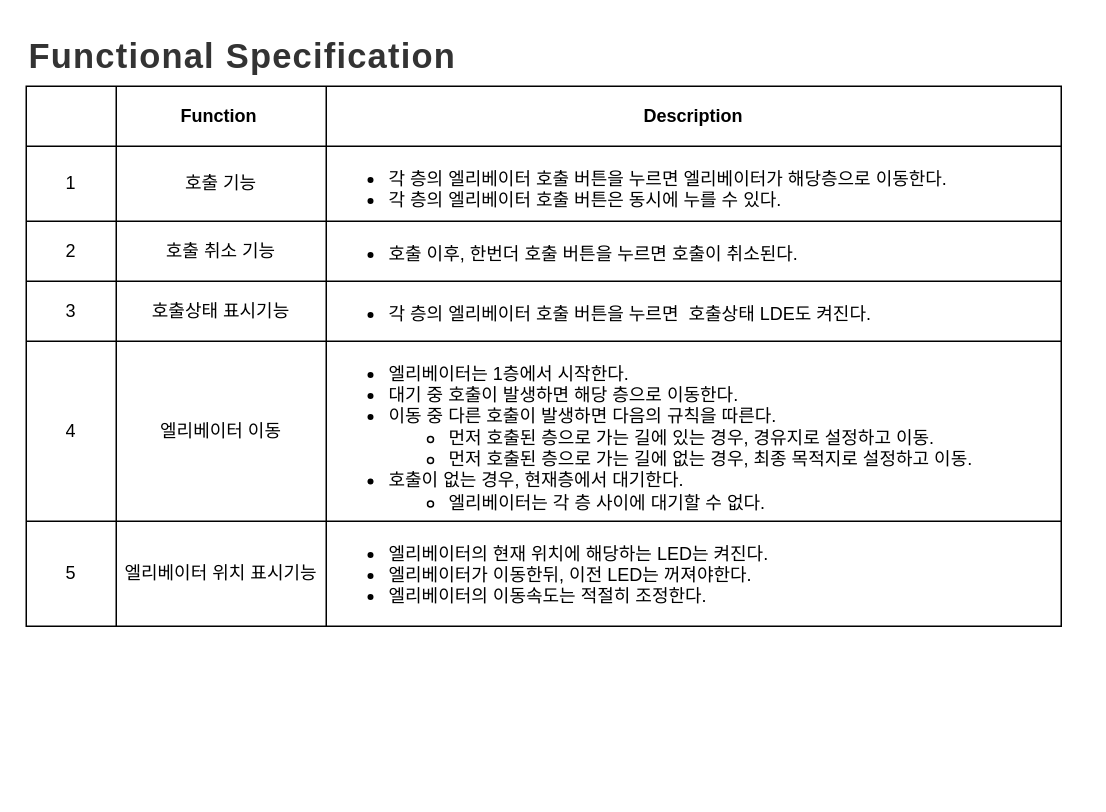
Before: elevatorOneDay.drawio in JangHyeongJun-0523/IoT_Project, a draw.io diagram. Source tidied: cells renumbered, new cells numbered last; positions are measured from the earlier drawing's top-left corner, leaving out a move shared by most shapes. Both pictures are drawn from the tidied source at 150%, with x=0, y=0 at pixel (26, 26).
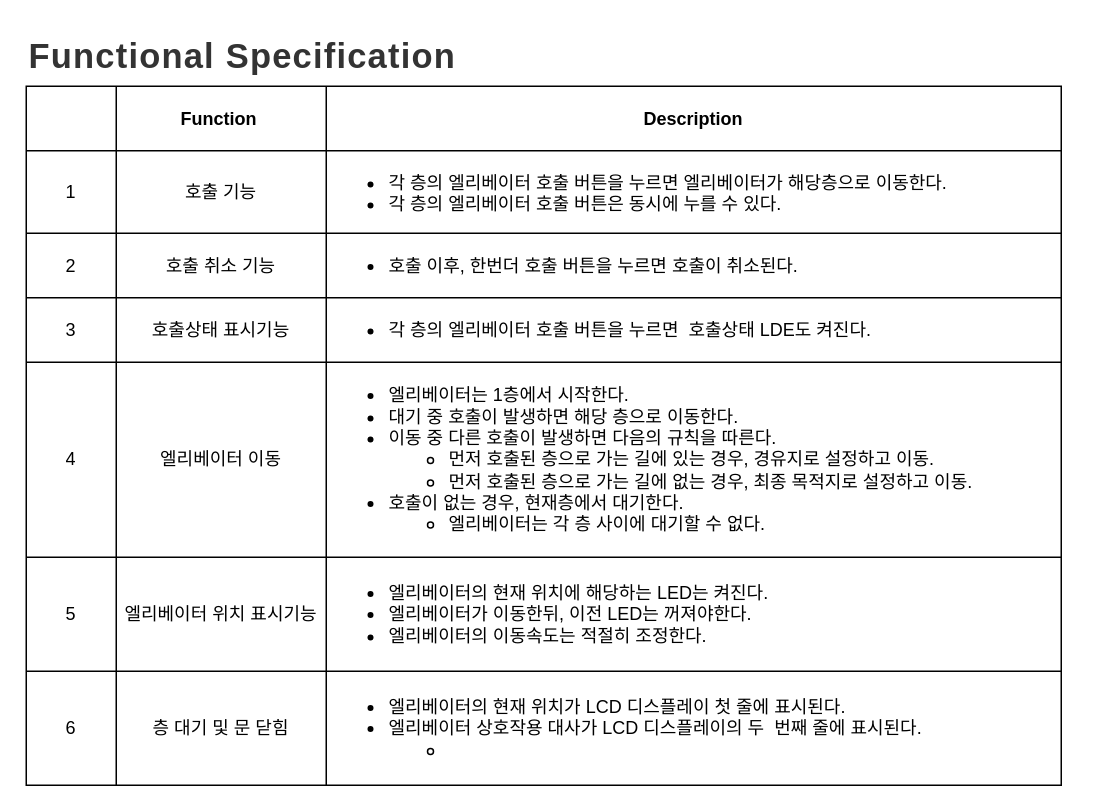
The same page after the edit.

What changed in the source:
```diff
@@
     <mxCell id="2" style="shape=table;startSize=0;childLayout=tableLayout;" parent="1" vertex="1">
-      <mxGeometry y="40" width="690" height="360" as="geometry" />
+      <mxGeometry y="40" width="690" height="466" as="geometry" />
     </mxCell>
     <mxCell id="3" style="shape=tableRow;horizontal=0;startSize=0;swimlaneHead=0;swimlaneBody=0;strokeColor=inherit;top=0;left=0;bottom=0;right=0;fillColor=none;" parent="2" vertex="1">
-      <mxGeometry width="690" height="40" as="geometry" />
+      <mxGeometry width="690" height="43" as="geometry" />
     </mxCell>
     <mxCell id="4" style="shape=partialRectangle;html=1;whiteSpace=wrap;strokeColor=inherit;overflow=hidden;fillColor=none;top=0;left=0;bottom=0;right=0;" parent="3" vertex="1">
-      <mxGeometry width="60" height="40" as="geometry" />
+      <mxGeometry width="60" height="43" as="geometry" />
     </mxCell>
     <mxCell id="5" value="&lt;b&gt;Function&lt;span style=&quot;white-space: pre;&quot;&gt;&#9;&lt;/span&gt;&lt;/b&gt;" style="shape=partialRectangle;html=1;whiteSpace=wrap;strokeColor=inherit;overflow=hidden;fillColor=none;top=0;left=0;bottom=0;right=0;" parent="3" vertex="1">
-      <mxGeometry x="60" width="140" height="40" as="geometry" />
+      <mxGeometry x="60" width="140" height="43" as="geometry" />
     </mxCell>
     <mxCell id="6" value="Description" style="shape=partialRectangle;html=1;whiteSpace=wrap;strokeColor=inherit;overflow=hidden;fillColor=none;top=0;left=0;bottom=0;right=0;fontStyle=1;" parent="3" vertex="1">
-      <mxGeometry x="200" width="490" height="40" as="geometry" />
+      <mxGeometry x="200" width="490" height="43" as="geometry" />
     </mxCell>
     <mxCell id="7" style="shape=tableRow;horizontal=0;startSize=0;swimlaneHead=0;swimlaneBody=0;strokeColor=inherit;top=0;left=0;bottom=0;right=0;fillColor=none;" parent="2" vertex="1">
-      <mxGeometry y="40" width="690" height="50" as="geometry" />
+      <mxGeometry y="43" width="690" height="55" as="geometry" />
     </mxCell>
     <mxCell id="8" value="1" style="shape=partialRectangle;html=1;whiteSpace=wrap;strokeColor=inherit;overflow=hidden;fillColor=none;top=0;left=0;bottom=0;right=0;" parent="7" vertex="1">
-      <mxGeometry width="60" height="50" as="geometry" />
+      <mxGeometry width="60" height="55" as="geometry" />
     </mxCell>
     <mxCell id="9" value="호출 기능" style="shape=partialRectangle;html=1;whiteSpace=wrap;strokeColor=inherit;overflow=hidden;fillColor=none;top=0;left=0;bottom=0;right=0;" parent="7" vertex="1">
-      <mxGeometry x="60" width="140" height="50" as="geometry" />
+      <mxGeometry x="60" width="140" height="55" as="geometry" />
     </mxCell>
     <mxCell id="10" value="&lt;ul&gt;&lt;li&gt;각 층의 엘리베이터 호출 버튼을 누르면 엘리베이터가 해당층으로 이동한다.&lt;/li&gt;&lt;li&gt;각 층의 엘리베이터 호출 버튼은 동시에 누를 수 있다.&lt;/li&gt;&lt;/ul&gt;" style="shape=partialRectangle;html=1;whiteSpace=wrap;strokeColor=inherit;overflow=hidden;fillColor=none;top=0;left=0;bottom=0;right=0;align=left;" parent="7" vertex="1">
-      <mxGeometry x="200" width="490" height="50" as="geometry" />
+      <mxGeometry x="200" width="490" height="55" as="geometry" />
     </mxCell>
     <mxCell id="11" style="shape=tableRow;horizontal=0;startSize=0;swimlaneHead=0;swimlaneBody=0;strokeColor=inherit;top=0;left=0;bottom=0;right=0;fillColor=none;" parent="2" vertex="1">
-      <mxGeometry y="90" width="690" height="40" as="geometry" />
+      <mxGeometry y="98" width="690" height="43" as="geometry" />
     </mxCell>
     <mxCell id="12" value="2" style="shape=partialRectangle;html=1;whiteSpace=wrap;strokeColor=inherit;overflow=hidden;fillColor=none;top=0;left=0;bottom=0;right=0;" parent="11" vertex="1">
-      <mxGeometry width="60" height="40" as="geometry" />
+      <mxGeometry width="60" height="43" as="geometry" />
     </mxCell>
     <mxCell id="13" value="호출 취소 기능" style="shape=partialRectangle;html=1;whiteSpace=wrap;strokeColor=inherit;overflow=hidden;fillColor=none;top=0;left=0;bottom=0;right=0;" parent="11" vertex="1">
-      <mxGeometry x="60" width="140" height="40" as="geometry" />
+      <mxGeometry x="60" width="140" height="43" as="geometry" />
     </mxCell>
     <mxCell id="14" value="&lt;ul&gt;&lt;li&gt;호출 이후, 한번더 호출 버튼을 누르면 호출이 취소된다.&lt;/li&gt;&lt;/ul&gt;" style="shape=partialRectangle;html=1;whiteSpace=wrap;strokeColor=inherit;overflow=hidden;fillColor=none;top=0;left=0;bottom=0;right=0;align=left;" parent="11" vertex="1">
-      <mxGeometry x="200" width="490" height="40" as="geometry" />
+      <mxGeometry x="200" width="490" height="43" as="geometry" />
     </mxCell>
     <mxCell id="15" style="shape=tableRow;horizontal=0;startSize=0;swimlaneHead=0;swimlaneBody=0;strokeColor=inherit;top=0;left=0;bottom=0;right=0;fillColor=none;" parent="2" vertex="1">
-      <mxGeometry y="130" width="690" height="40" as="geometry" />
+      <mxGeometry y="141" width="690" height="43" as="geometry" />
     </mxCell>
     <mxCell id="16" value="3" style="shape=partialRectangle;html=1;whiteSpace=wrap;strokeColor=inherit;overflow=hidden;fillColor=none;top=0;left=0;bottom=0;right=0;" parent="15" vertex="1">
-      <mxGeometry width="60" height="40" as="geometry" />
+      <mxGeometry width="60" height="43" as="geometry" />
     </mxCell>
     <mxCell id="17" value="호출상태 표시기능" style="shape=partialRectangle;html=1;whiteSpace=wrap;strokeColor=inherit;overflow=hidden;fillColor=none;top=0;left=0;bottom=0;right=0;" parent="15" vertex="1">
-      <mxGeometry x="60" width="140" height="40" as="geometry" />
+      <mxGeometry x="60" width="140" height="43" as="geometry" />
     </mxCell>
     <mxCell id="18" value="&lt;ul&gt;&lt;li&gt;각 층의 엘리베이터 호출 버튼을 누르면&amp;nbsp; 호출상태 LDE도 켜진다.&lt;/li&gt;&lt;/ul&gt;" style="shape=partialRectangle;html=1;whiteSpace=wrap;strokeColor=inherit;overflow=hidden;fillColor=none;top=0;left=0;bottom=0;right=0;align=left;" parent="15" vertex="1">
-      <mxGeometry x="200" width="490" height="40" as="geometry" />
+      <mxGeometry x="200" width="490" height="43" as="geometry" />
     </mxCell>
     <mxCell id="19" style="shape=tableRow;horizontal=0;startSize=0;swimlaneHead=0;swimlaneBody=0;strokeColor=inherit;top=0;left=0;bottom=0;right=0;fillColor=none;" parent="2" vertex="1">
-      <mxGeometry y="170" width="690" height="120" as="geometry" />
+      <mxGeometry y="184" width="690" height="130" as="geometry" />
     </mxCell>
     <mxCell id="20" value="4" style="shape=partialRectangle;html=1;whiteSpace=wrap;strokeColor=inherit;overflow=hidden;fillColor=none;top=0;left=0;bottom=0;right=0;" parent="19" vertex="1">
-      <mxGeometry width="60" height="120" as="geometry" />
+      <mxGeometry width="60" height="130" as="geometry" />
     </mxCell>
     <mxCell id="21" value="엘리베이터 이동" style="shape=partialRectangle;html=1;whiteSpace=wrap;strokeColor=inherit;overflow=hidden;fillColor=none;top=0;left=0;bottom=0;right=0;" parent="19" vertex="1">
-      <mxGeometry x="60" width="140" height="120" as="geometry" />
+      <mxGeometry x="60" width="140" height="130" as="geometry" />
     </mxCell>
     <mxCell id="22" value="&lt;ul&gt;&lt;li&gt;엘리베이터는 1층에서 시작한다.&lt;/li&gt;&lt;li&gt;대기 중 호출이 발생하면 해당 층으로 이동한다.&lt;/li&gt;&lt;li&gt;이동 중 다른 호출이 발생하면 다음의 규칙을 따른다.&lt;/li&gt;&lt;ul&gt;&lt;li&gt;먼저 호출된 층으로 가는 길에 있는 경우, 경유지로 설정하고 이동.&lt;/li&gt;&lt;li&gt;먼저 호출된 층으로 가는 길에 없는 경우, 최종 목적지로 설정하고 이동.&lt;/li&gt;&lt;/ul&gt;&lt;li&gt;호출이 없는 경우, 현재층에서 대기한다.&lt;/li&gt;&lt;ul&gt;&lt;li&gt;엘리베이터는 각 층 사이에 대기할 수 없다.&lt;/li&gt;&lt;/ul&gt;&lt;/ul&gt;" style="shape=partialRectangle;html=1;whiteSpace=wrap;strokeColor=inherit;overflow=hidden;fillColor=none;top=0;left=0;bottom=0;right=0;align=left;" parent="19" vertex="1">
-      <mxGeometry x="200" width="490" height="120" as="geometry" />
+      <mxGeometry x="200" width="490" height="130" as="geometry" />
     </mxCell>
     <mxCell id="23" style="shape=tableRow;horizontal=0;startSize=0;swimlaneHead=0;swimlaneBody=0;strokeColor=inherit;top=0;left=0;bottom=0;right=0;fillColor=none;" parent="2" vertex="1">
-      <mxGeometry y="290" width="690" height="70" as="geometry" />
+      <mxGeometry y="314" width="690" height="76" as="geometry" />
     </mxCell>
     <mxCell id="24" value="5" style="shape=partialRectangle;html=1;whiteSpace=wrap;strokeColor=inherit;overflow=hidden;fillColor=none;top=0;left=0;bottom=0;right=0;" parent="23" vertex="1">
-      <mxGeometry width="60" height="70" as="geometry" />
+      <mxGeometry width="60" height="76" as="geometry" />
     </mxCell>
     <mxCell id="25" value="엘리베이터 위치 표시기능" style="shape=partialRectangle;html=1;whiteSpace=wrap;strokeColor=inherit;overflow=hidden;fillColor=none;top=0;left=0;bottom=0;right=0;" parent="23" vertex="1">
-      <mxGeometry x="60" width="140" height="70" as="geometry" />
+      <mxGeometry x="60" width="140" height="76" as="geometry" />
     </mxCell>
     <mxCell id="26" value="&lt;ul&gt;&lt;li&gt;엘리베이터의 현재 위치에 해당하는 LED는 켜진다.&lt;/li&gt;&lt;li&gt;엘리베이터가 이동한뒤, 이전 LED는 꺼져야한다.&lt;/li&gt;&lt;li&gt;엘리베이터의 이동속도는 적절히 조정한다.&lt;br&gt;&lt;/li&gt;&lt;/ul&gt;" style="shape=partialRectangle;html=1;whiteSpace=wrap;strokeColor=inherit;overflow=hidden;fillColor=none;top=0;left=0;bottom=0;right=0;align=left;" parent="23" vertex="1">
-      <mxGeometry x="200" width="490" height="70" as="geometry" />
+      <mxGeometry x="200" width="490" height="76" as="geometry" />
     </mxCell>
+    <mxCell id="28" style="shape=tableRow;horizontal=0;startSize=0;swimlaneHead=0;swimlaneBody=0;strokeColor=inherit;top=0;left=0;bottom=0;right=0;fillColor=none;" parent="2" vertex="1">
+      <mxGeometry y="390" width="690" height="76" as="geometry" />
+    </mxCell>
+    <mxCell id="29" value="6" style="shape=partialRectangle;html=1;whiteSpace=wrap;strokeColor=inherit;overflow=hidden;fillColor=none;top=0;left=0;bottom=0;right=0;" parent="28" vertex="1">
+      <mxGeometry width="60" height="76" as="geometry" />
+    </mxCell>
+    <mxCell id="30" value="층 대기 및 문 닫힘" style="shape=partialRectangle;html=1;whiteSpace=wrap;strokeColor=inherit;overflow=hidden;fillColor=none;top=0;left=0;bottom=0;right=0;" parent="28" vertex="1">
+      <mxGeometry x="60" width="140" height="76" as="geometry" />
+    </mxCell>
+    <mxCell id="31" value="&lt;ul&gt;&lt;li&gt;엘리베이터의 현재 위치가 LCD 디스플레이 첫 줄에 표시된다.&lt;/li&gt;&lt;li&gt;엘리베이터 상호작용 대사가 LCD 디스플레이의 두&amp;nbsp; 번째 줄에 표시된다.&lt;/li&gt;&lt;ul&gt;&lt;li&gt;&lt;br&gt;&lt;/li&gt;&lt;/ul&gt;&lt;/ul&gt;" style="shape=partialRectangle;html=1;whiteSpace=wrap;strokeColor=inherit;overflow=hidden;fillColor=none;top=0;left=0;bottom=0;right=0;align=left;" parent="28" vertex="1">
+      <mxGeometry x="200" width="490" height="76" as="geometry" />
+    </mxCell>
```
